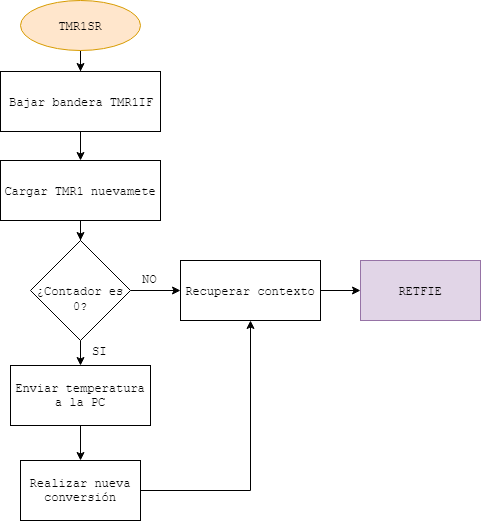
Above: TPFinal/Diagramas/TMR1.png in tomasspi/EDII (draw.io), before the change. Source tidied: cells renumbered, new cells last; positions are measured from the earlier drawing's top-left corner, leaving out a move shared by most shapes. Source of this version:
```xml
<mxGraphModel>
  <root>
    <mxCell id="0" />
    <mxCell id="1" parent="0" />
    <mxCell id="2" style="edgeStyle=orthogonalEdgeStyle;rounded=0;jettySize=auto;html=1;entryX=0.5;entryY=0;entryDx=0;entryDy=0;fontFamily=Courier New;" parent="1" edge="1" source="3" target="5">
      <mxGeometry relative="1" as="geometry" />
    </mxCell>
    <mxCell id="3" value="&lt;font face=&quot;Courier New&quot;&gt;TMR1SR&lt;/font&gt;" style="ellipse;whiteSpace=wrap;html=1;fillColor=#ffe6cc;strokeColor=#d79b00;" parent="1" vertex="1">
      <mxGeometry x="20" width="120" height="50" as="geometry" />
    </mxCell>
    <mxCell id="4" style="edgeStyle=orthogonalEdgeStyle;rounded=0;jettySize=auto;html=1;entryX=0.5;entryY=0;entryDx=0;entryDy=0;fontFamily=Courier New;" parent="1" edge="1" source="5" target="7">
      <mxGeometry relative="1" as="geometry" />
    </mxCell>
    <mxCell id="5" value="&lt;font face=&quot;Courier New&quot;&gt;Bajar bandera TMR1IF&lt;/font&gt;" style="rounded=0;whiteSpace=wrap;html=1;" parent="1" vertex="1">
      <mxGeometry y="71" width="160" height="60" as="geometry" />
    </mxCell>
    <mxCell id="6" style="edgeStyle=orthogonalEdgeStyle;rounded=0;jettySize=auto;html=1;entryX=0.5;entryY=0;entryDx=0;entryDy=0;fontFamily=Courier New;" parent="1" edge="1" source="7" target="10">
      <mxGeometry relative="1" as="geometry" />
    </mxCell>
    <mxCell id="7" value="&lt;font face=&quot;Courier New&quot;&gt;Cargar TMR1 nuevamete&lt;/font&gt;" style="rounded=0;whiteSpace=wrap;html=1;" parent="1" vertex="1">
      <mxGeometry y="160" width="160" height="60" as="geometry" />
    </mxCell>
    <mxCell id="8" style="edgeStyle=orthogonalEdgeStyle;rounded=0;jettySize=auto;html=1;fontFamily=Courier New;" parent="1" edge="1" source="10" target="12">
      <mxGeometry relative="1" as="geometry" />
    </mxCell>
    <mxCell id="9" style="edgeStyle=orthogonalEdgeStyle;rounded=0;jettySize=auto;html=1;entryX=0;entryY=0.5;entryDx=0;entryDy=0;fontFamily=Courier New;" parent="1" edge="1" source="10" target="15">
      <mxGeometry relative="1" as="geometry" />
    </mxCell>
    <mxCell id="10" value="&lt;font face=&quot;Courier New&quot;&gt;&lt;br&gt;¿Contador es 0?&lt;/font&gt;" style="rhombus;whiteSpace=wrap;html=1;" parent="1" vertex="1">
      <mxGeometry x="30" y="240" width="100" height="100" as="geometry" />
    </mxCell>
    <mxCell id="11" style="edgeStyle=orthogonalEdgeStyle;rounded=0;jettySize=auto;html=1;entryX=0.5;entryY=0;entryDx=0;entryDy=0;fontFamily=Courier New;" parent="1" edge="1" source="12" target="17">
      <mxGeometry relative="1" as="geometry" />
    </mxCell>
    <mxCell id="12" value="Enviar temperatura a la PC&lt;br&gt;" style="rounded=0;whiteSpace=wrap;html=1;fontFamily=Courier New;" parent="1" vertex="1">
      <mxGeometry x="10" y="365" width="140" height="60" as="geometry" />
    </mxCell>
    <mxCell id="13" value="&lt;font face=&quot;Courier New&quot;&gt;RETFIE&lt;br&gt;&lt;/font&gt;" style="rounded=0;whiteSpace=wrap;html=1;fillColor=#e1d5e7;strokeColor=#9673a6;" parent="1" vertex="1">
      <mxGeometry x="360" y="260" width="120" height="60" as="geometry" />
    </mxCell>
    <mxCell id="14" style="edgeStyle=orthogonalEdgeStyle;rounded=0;jettySize=auto;html=1;entryX=0;entryY=0.5;entryDx=0;entryDy=0;fontFamily=Courier New;" parent="1" edge="1" source="15" target="13">
      <mxGeometry relative="1" as="geometry" />
    </mxCell>
    <mxCell id="15" value="&lt;font face=&quot;Courier New&quot;&gt;Recuperar contexto&lt;/font&gt;" style="rounded=0;whiteSpace=wrap;html=1;" parent="1" vertex="1">
      <mxGeometry x="180" y="260" width="140" height="60" as="geometry" />
    </mxCell>
    <mxCell id="16" style="edgeStyle=orthogonalEdgeStyle;rounded=0;jettySize=auto;html=1;entryX=0.5;entryY=1;entryDx=0;entryDy=0;" parent="1" edge="1" source="17" target="15">
      <mxGeometry relative="1" as="geometry" />
    </mxCell>
    <mxCell id="17" value="Realizar nueva conversión" style="rounded=0;whiteSpace=wrap;html=1;fontFamily=Courier New;" parent="1" vertex="1">
      <mxGeometry x="20" y="460" width="120" height="60" as="geometry" />
    </mxCell>
    <mxCell id="18" value="NO" style="text;html=1;align=left;verticalAlign=top;spacingTop=-4;fontFamily=Courier New;" parent="1" vertex="1">
      <mxGeometry x="140" y="270" width="30" height="20" as="geometry" />
    </mxCell>
    <mxCell id="19" value="SI" style="text;html=1;align=left;verticalAlign=top;spacingTop=-4;fontFamily=Courier New;" parent="1" vertex="1">
      <mxGeometry x="90" y="342" width="30" height="20" as="geometry" />
    </mxCell>
  </root>
</mxGraphModel>
```
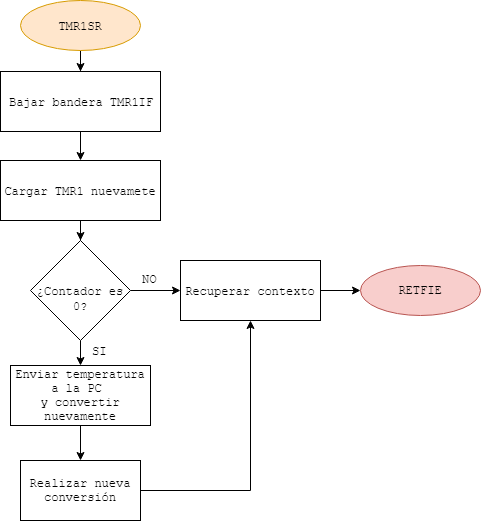
After the change.

The edit, as a diff of the source:
```diff
@@ -32,14 +32,13 @@
     <mxCell id="11" style="edgeStyle=orthogonalEdgeStyle;rounded=0;jettySize=auto;html=1;entryX=0.5;entryY=0;entryDx=0;entryDy=0;fontFamily=Courier New;" parent="1" edge="1" source="12" target="17">
       <mxGeometry relative="1" as="geometry" />
     </mxCell>
-    <mxCell id="12" value="Enviar temperatura a la PC&lt;br&gt;" style="rounded=0;whiteSpace=wrap;html=1;fontFamily=Courier New;" parent="1" vertex="1">
+    <mxCell id="12" value="Enviar temperatura a la PC&amp;nbsp;&lt;br&gt;y convertir nuevamente&lt;br&gt;" style="rounded=0;whiteSpace=wrap;html=1;fontFamily=Courier New;" parent="1" vertex="1">
       <mxGeometry x="10" y="365" width="140" height="60" as="geometry" />
     </mxCell>
-    <mxCell id="13" value="&lt;font face=&quot;Courier New&quot;&gt;RETFIE&lt;br&gt;&lt;/font&gt;" style="rounded=0;whiteSpace=wrap;html=1;fillColor=#e1d5e7;strokeColor=#9673a6;" parent="1" vertex="1">
-      <mxGeometry x="360" y="260" width="120" height="60" as="geometry" />
-    </mxCell>
-    <mxCell id="14" style="edgeStyle=orthogonalEdgeStyle;rounded=0;jettySize=auto;html=1;entryX=0;entryY=0.5;entryDx=0;entryDy=0;fontFamily=Courier New;" parent="1" edge="1" source="15" target="13">
-      <mxGeometry relative="1" as="geometry" />
+    <mxCell id="14" style="edgeStyle=orthogonalEdgeStyle;rounded=0;jettySize=auto;html=1;entryX=0;entryY=0.5;entryDx=0;entryDy=0;fontFamily=Courier New;" parent="1" edge="1" source="15">
+      <mxGeometry relative="1" as="geometry">
+        <mxPoint x="360" y="290" as="targetPoint" />
+      </mxGeometry>
     </mxCell>
     <mxCell id="15" value="&lt;font face=&quot;Courier New&quot;&gt;Recuperar contexto&lt;/font&gt;" style="rounded=0;whiteSpace=wrap;html=1;" parent="1" vertex="1">
       <mxGeometry x="180" y="260" width="140" height="60" as="geometry" />
@@ -56,5 +55,8 @@
     <mxCell id="19" value="SI" style="text;html=1;align=left;verticalAlign=top;spacingTop=-4;fontFamily=Courier New;" parent="1" vertex="1">
       <mxGeometry x="90" y="342" width="30" height="20" as="geometry" />
     </mxCell>
+    <mxCell id="13" value="RETFIE" style="ellipse;whiteSpace=wrap;html=1;fillColor=#f8cecc;strokeColor=#b85450;fontFamily=Courier New;" parent="1" vertex="1">
+      <mxGeometry x="360" y="265" width="120" height="50" as="geometry" />
+    </mxCell>
   </root>
 </mxGraphModel>
```
